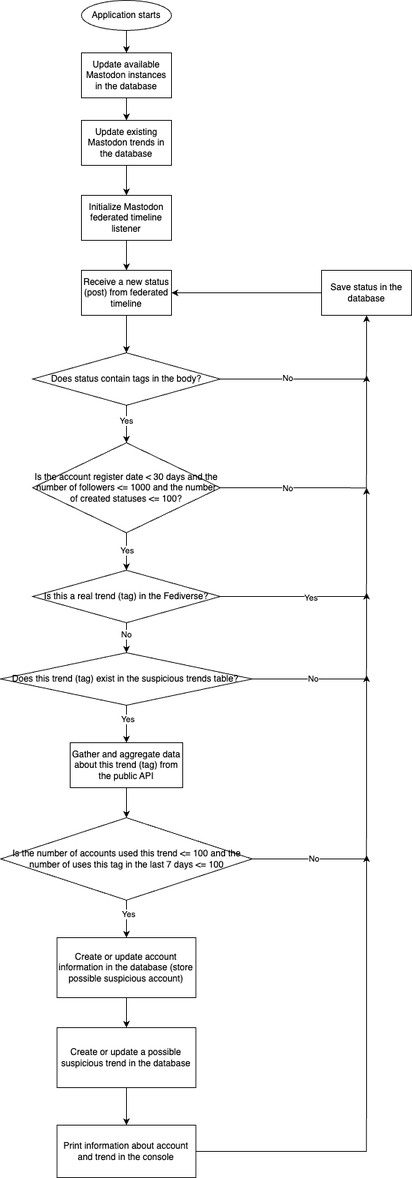
Earlier version of the draw.io export mastodon.png (zytfo/mastodon_trend_analyzer). Source tidied: cells renumbered, new cells last; positions are measured from the earlier drawing's top-left corner, leaving out a move shared by most shapes.
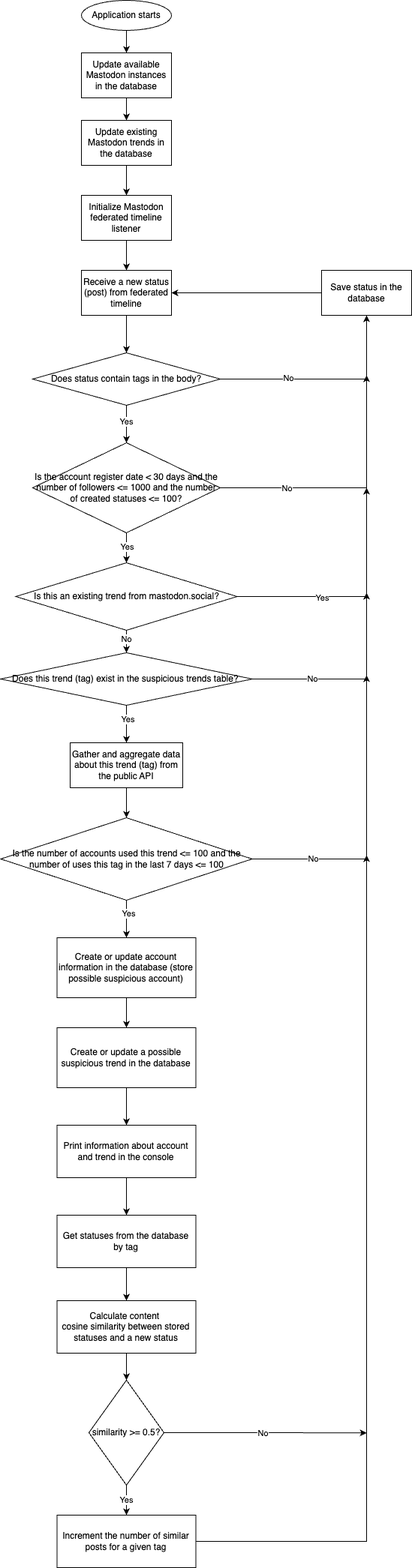
The same file after the commit.

Diff of the diagram source:
```diff
@@ -80,8 +80,8 @@
     <mxCell id="25" value="No" style="edgeLabel;html=1;align=center;verticalAlign=middle;" parent="24" vertex="1">
       <mxGeometry x="-0.25" y="-1" relative="1" as="geometry" />
     </mxCell>
-    <mxCell id="26" value="Is this a real trend (tag) in the Fediverse?" style="rhombus;whiteSpace=wrap;html=1;" parent="1" vertex="1">
-      <mxGeometry x="43" y="760" width="250" height="70" as="geometry" />
+    <mxCell id="26" value="Is this an existing trend from mastodon.social?" style="rhombus;whiteSpace=wrap;html=1;" parent="1" vertex="1">
+      <mxGeometry x="20.5" y="750" width="295" height="90" as="geometry" />
     </mxCell>
     <mxCell id="27" style="edgeStyle=orthogonalEdgeStyle;rounded=0;jettySize=auto;html=1;exitX=1;exitY=0.5;exitDx=0;exitDy=0;" parent="1" edge="1" source="31">
       <mxGeometry relative="1" as="geometry">
@@ -137,11 +137,9 @@
     <mxCell id="42" value="Create or update a possible suspicious trend in the database" style="rounded=0;whiteSpace=wrap;html=1;" parent="1" vertex="1">
       <mxGeometry x="75.5" y="1370" width="185" height="80" as="geometry" />
     </mxCell>
-    <mxCell id="43" style="edgeStyle=orthogonalEdgeStyle;rounded=0;jettySize=auto;html=1;exitX=1;exitY=0.5;exitDx=0;exitDy=0;" parent="1" edge="1" source="44">
-      <mxGeometry relative="1" as="geometry">
-        <mxPoint x="488" y="1140" as="targetPoint" />
-      </mxGeometry>
-    </mxCell>
+    <mxCell id="47" style="edgeStyle=orthogonalEdgeStyle;rounded=0;jettySize=auto;html=1;exitX=0.5;exitY=1;exitDx=0;exitDy=0;" parent="1" edge="1" source="44" target="49">
+      <mxGeometry relative="1" as="geometry" />
+    </mxCell>
     <mxCell id="44" value="Print information about account and trend in the console" style="rounded=0;whiteSpace=wrap;html=1;" parent="1" vertex="1">
       <mxGeometry x="75.5" y="1500" width="185" height="70" as="geometry" />
     </mxCell>
@@ -151,5 +149,42 @@
     <mxCell id="46" value="Save status in the database" style="rounded=0;whiteSpace=wrap;html=1;" parent="1" vertex="1">
       <mxGeometry x="428" y="360" width="120" height="60" as="geometry" />
     </mxCell>
+    <mxCell id="48" style="edgeStyle=orthogonalEdgeStyle;rounded=0;jettySize=auto;html=1;exitX=0.5;exitY=1;exitDx=0;exitDy=0;entryX=0.5;entryY=0;entryDx=0;entryDy=0;" parent="1" edge="1" source="49" target="51">
+      <mxGeometry relative="1" as="geometry" />
+    </mxCell>
+    <mxCell id="49" value="Get statuses from the database by tag" style="rounded=0;whiteSpace=wrap;html=1;" parent="1" vertex="1">
+      <mxGeometry x="75.5" y="1620" width="185" height="70" as="geometry" />
+    </mxCell>
+    <mxCell id="50" style="edgeStyle=orthogonalEdgeStyle;rounded=0;jettySize=auto;html=1;exitX=0.5;exitY=1;exitDx=0;exitDy=0;" parent="1" edge="1" source="51" target="56">
+      <mxGeometry relative="1" as="geometry" />
+    </mxCell>
+    <mxCell id="51" value="Calculate&amp;nbsp;content&amp;nbsp;&lt;br&gt;cosine similarity between stored statuses and a new status" style="rounded=0;whiteSpace=wrap;html=1;" parent="1" vertex="1">
+      <mxGeometry x="75.5" y="1734" width="185" height="70" as="geometry" />
+    </mxCell>
+    <mxCell id="52" style="edgeStyle=orthogonalEdgeStyle;rounded=0;orthogonalLoop=1;jettySize=auto;html=1;exitX=0.5;exitY=1;exitDx=0;exitDy=0;" parent="1" edge="1" source="56" target="56">
+      <mxGeometry relative="1" as="geometry" />
+    </mxCell>
+    <mxCell id="53" value="Yes" style="edgeStyle=orthogonalEdgeStyle;rounded=0;jettySize=auto;html=1;exitX=0.5;exitY=1;exitDx=0;exitDy=0;entryX=0.5;entryY=0;entryDx=0;entryDy=0;" parent="1" edge="1" source="56" target="58">
+      <mxGeometry relative="1" as="geometry" />
+    </mxCell>
+    <mxCell id="54" style="edgeStyle=orthogonalEdgeStyle;rounded=0;jettySize=auto;html=1;exitX=1;exitY=0.5;exitDx=0;exitDy=0;" parent="1" edge="1" source="56">
+      <mxGeometry relative="1" as="geometry">
+        <mxPoint x="488" y="1910.3" as="targetPoint" />
+      </mxGeometry>
+    </mxCell>
+    <mxCell id="55" value="No" style="edgeLabel;html=1;align=center;verticalAlign=middle;" parent="54" vertex="1">
+      <mxGeometry x="-0.03" relative="1" as="geometry" />
+    </mxCell>
+    <mxCell id="56" value="similarity &amp;gt;= 0.5?" style="rhombus;whiteSpace=wrap;html=1;" parent="1" vertex="1">
+      <mxGeometry x="118" y="1840" width="100" height="140" as="geometry" />
+    </mxCell>
+    <mxCell id="57" style="edgeStyle=orthogonalEdgeStyle;rounded=0;jettySize=auto;html=1;exitX=1;exitY=0.5;exitDx=0;exitDy=0;" parent="1" edge="1" source="58">
+      <mxGeometry relative="1" as="geometry">
+        <mxPoint x="488" y="1140" as="targetPoint" />
+      </mxGeometry>
+    </mxCell>
+    <mxCell id="58" value="Increment the number of similar posts for a given tag" style="rounded=0;whiteSpace=wrap;html=1;" parent="1" vertex="1">
+      <mxGeometry x="75.5" y="2020" width="185" height="70" as="geometry" />
+    </mxCell>
   </root>
 </mxGraphModel>
```
